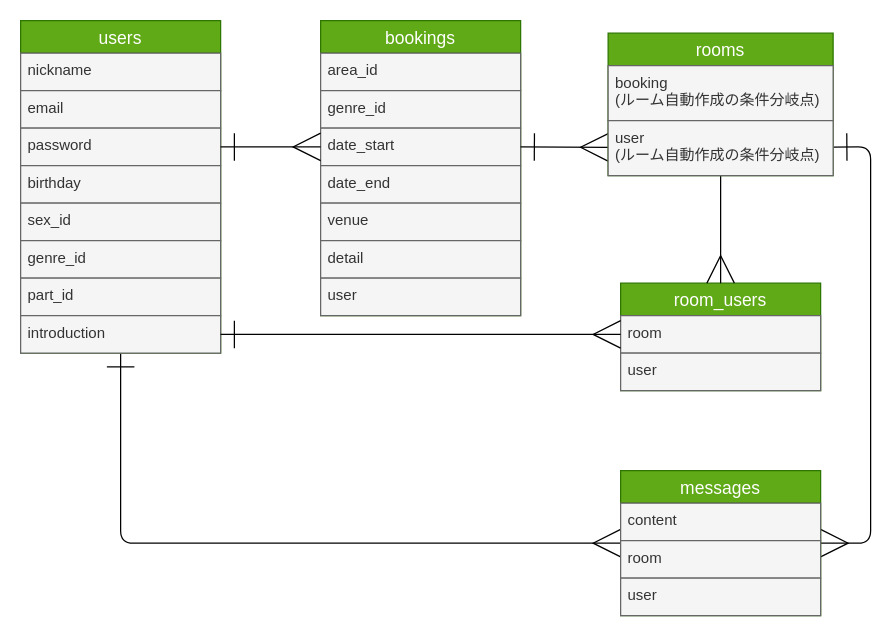
The draw.io diagram database.dio in yuki-0202/bandbond, before the edit. Source tidied: cells renumbered, new cells numbered last; positions are measured from the earlier drawing's top-left corner, leaving out a move shared by most shapes. Both pictures are drawn from the tidied source at 125%, with x=0, y=0 at pixel (20, 20).
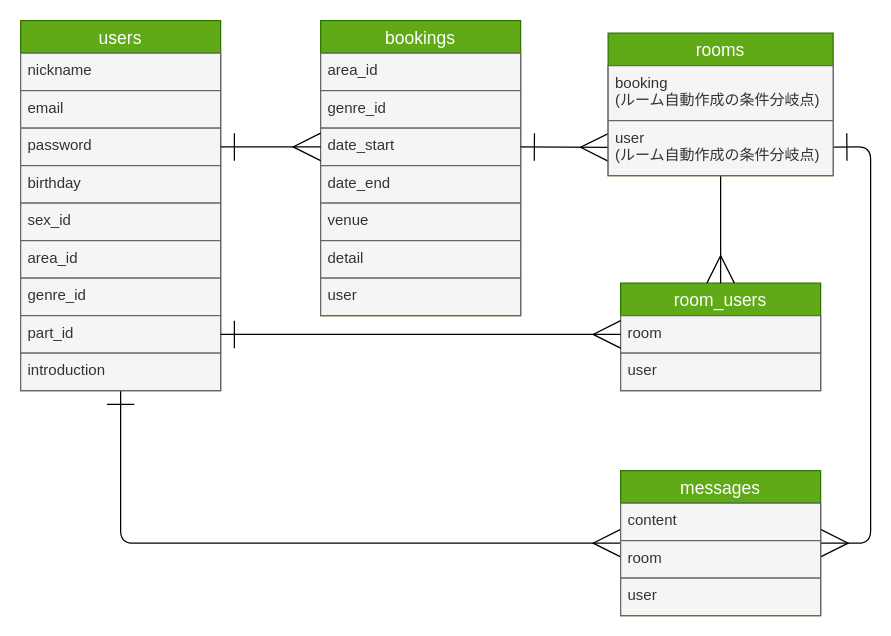
Above is the later version.

Commit message (it also covers changes not shown here):
README、データベース設計を修正

What changed in the source:
```diff
@@
     <mxCell id="3" value="users" style="swimlane;fontStyle=0;horizontal=1;startSize=26;align=center;fontSize=14;fillColor=#60a917;fontColor=#ffffff;strokeColor=#2D7600;" parent="1" vertex="1">
-      <mxGeometry width="160" height="266" as="geometry" />
+      <mxGeometry width="160" height="296" as="geometry" />
     </mxCell>
@@
-    <mxCell id="9" value="genre_id" style="text;strokeColor=#666666;fillColor=#f5f5f5;spacingLeft=4;spacingRight=4;overflow=hidden;fontSize=12;fontColor=#333333;" parent="3" vertex="1">
+    <mxCell id="9" value="area_id" style="text;strokeColor=#666666;fillColor=#f5f5f5;spacingLeft=4;spacingRight=4;overflow=hidden;fontSize=12;fontColor=#333333;" parent="3" vertex="1">
       <mxGeometry y="176" width="160" height="30" as="geometry" />
     </mxCell>
-    <mxCell id="10" value="part_id" style="text;strokeColor=#666666;fillColor=#f5f5f5;spacingLeft=4;spacingRight=4;overflow=hidden;fontSize=12;fontColor=#333333;" parent="3" vertex="1">
+    <mxCell id="10" value="genre_id" style="text;strokeColor=#666666;fillColor=#f5f5f5;spacingLeft=4;spacingRight=4;overflow=hidden;fontSize=12;fontColor=#333333;" parent="3" vertex="1">
       <mxGeometry y="206" width="160" height="30" as="geometry" />
     </mxCell>
-    <mxCell id="11" value="introduction" style="text;strokeColor=#666666;fillColor=#f5f5f5;spacingLeft=4;spacingRight=4;overflow=hidden;points=[[0,0.5],[1,0.5]];portConstraint=eastwest;fontSize=12;fontColor=#333333;" parent="3" vertex="1">
+    <mxCell id="11" value="part_id" style="text;strokeColor=#666666;fillColor=#f5f5f5;spacingLeft=4;spacingRight=4;overflow=hidden;points=[[0,0.5],[1,0.5]];portConstraint=eastwest;fontSize=12;fontColor=#333333;" parent="3" vertex="1">
       <mxGeometry y="236" width="160" height="30" as="geometry" />
     </mxCell>
+    <mxCell id="35" value="introduction" style="text;strokeColor=#666666;fillColor=#f5f5f5;spacingLeft=4;spacingRight=4;overflow=hidden;fontSize=12;fontColor=#333333;" parent="3" vertex="1">
+      <mxGeometry y="266" width="160" height="30" as="geometry" />
+    </mxCell>
```
